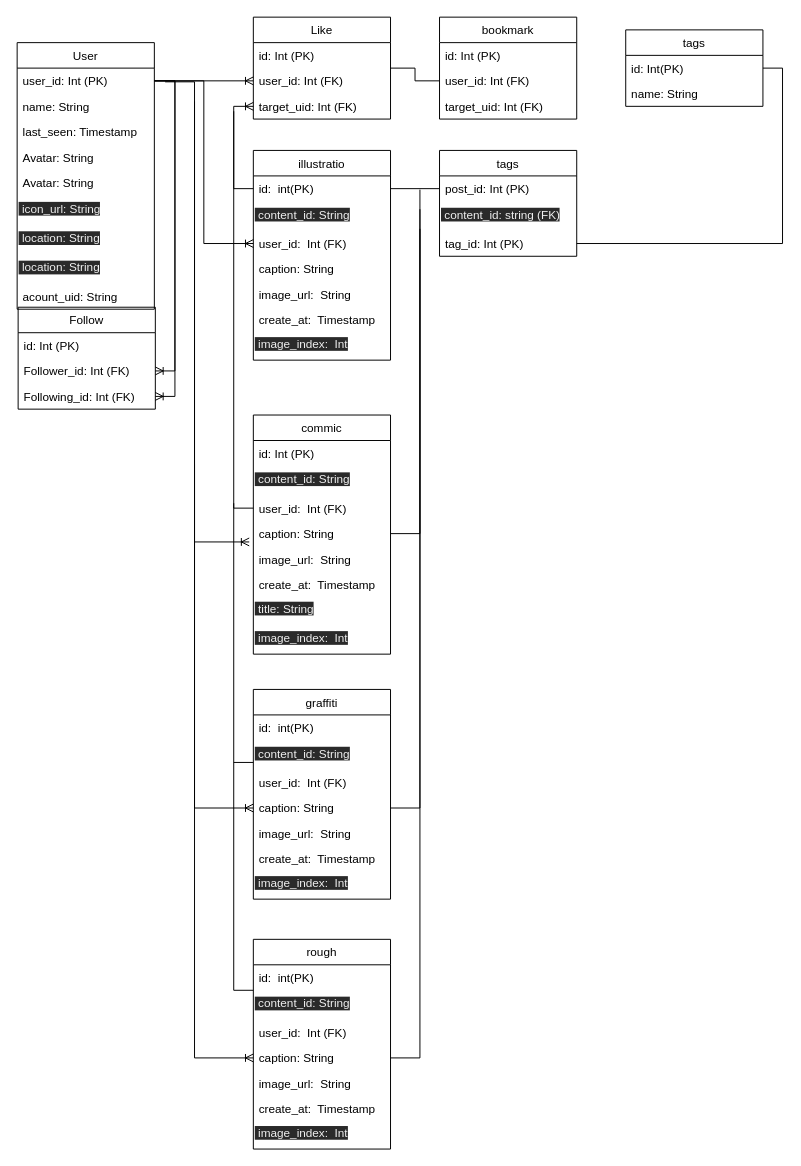
This is er.drawio from uechan9220/Shalust, a draw.io file, before an edit. Source tidied: cells renumbered, new cells numbered last; positions are measured from the earlier drawing's top-left corner, leaving out a move shared by most shapes. Both pictures are drawn from the tidied source at 98%, with x=0, y=0 at pixel (17, 17).
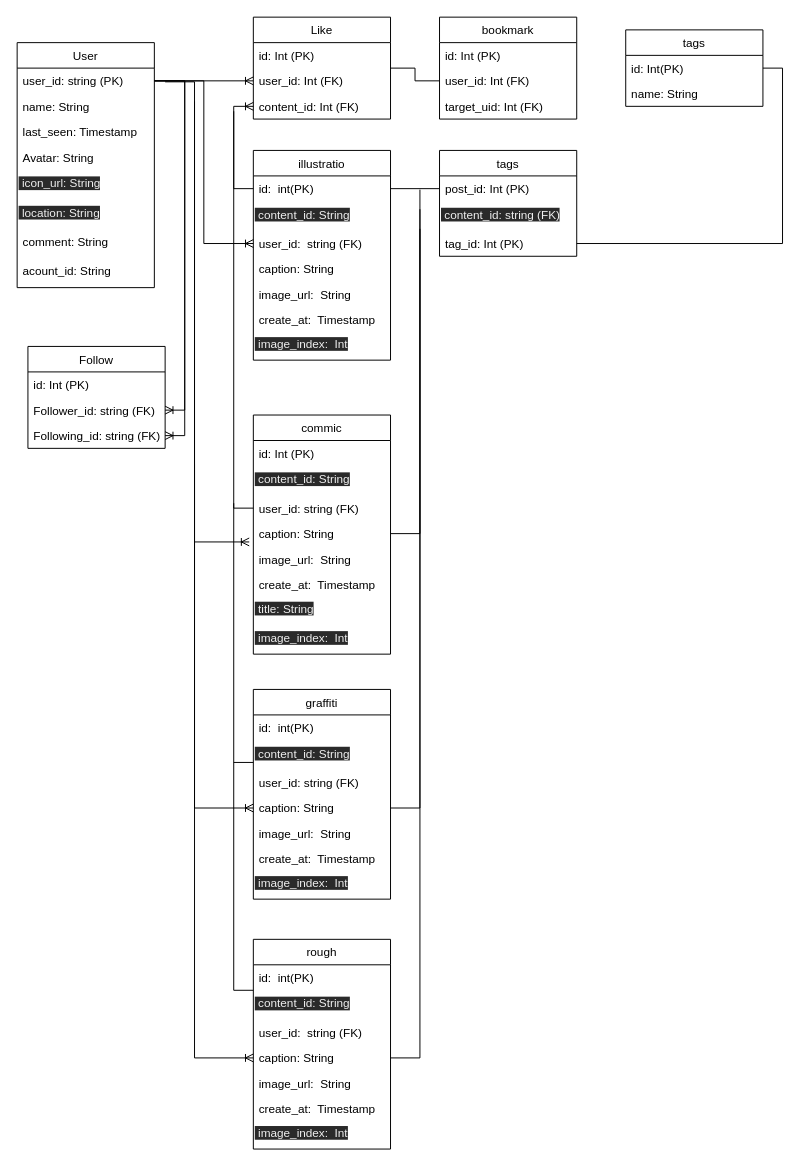
The same page after the edit.

The change refers to these unchanged cells:
```xml
<mxCell id="7" value="Like" style="swimlane;fontStyle=0;horizontal=1;startSize=26;fillColor=none;" parent="1" vertex="1">
  <mxGeometry x="241" width="140" height="104" as="geometry" />
</mxCell>
<mxCell id="26" value="illustratio" style="swimlane;fontStyle=0;horizontal=1;startSize=26;fillColor=none;" parent="1" vertex="1">
  <mxGeometry x="241" y="136" width="140" height="214" as="geometry" />
</mxCell>
<mxCell id="38" value="commic" style="swimlane;fontStyle=0;horizontal=1;startSize=26;fillColor=none;" parent="1" vertex="1">
  <mxGeometry x="241" y="406" width="140" height="244" as="geometry" />
</mxCell>
<mxCell id="54" value="graffiti" style="swimlane;fontStyle=0;horizontal=1;startSize=26;fillColor=none;" parent="1" vertex="1">
  <mxGeometry x="241" y="686" width="140" height="214" as="geometry" />
</mxCell>
<mxCell id="66" value="rough" style="swimlane;fontStyle=0;horizontal=1;startSize=26;fillColor=none;" parent="1" vertex="1">
  <mxGeometry x="241" y="941" width="140" height="214" as="geometry" />
</mxCell>
```

Change to the diagram source:
```diff
@@
-    <mxCell id="10" value="target_uid: Int (FK)" style="text;strokeColor=none;fillColor=none;align=left;verticalAlign=top;spacingLeft=4;spacingRight=4;overflow=hidden;points=[[0,0.5],[1,0.5]];portConstraint=eastwest;" parent="7" vertex="1">
+    <mxCell id="10" value="content_id: Int (FK)" style="text;strokeColor=none;fillColor=none;align=left;verticalAlign=top;spacingLeft=4;spacingRight=4;overflow=hidden;points=[[0,0.5],[1,0.5]];portConstraint=eastwest;" parent="7" vertex="1">
       <mxGeometry y="78" width="140" height="26" as="geometry" />
     </mxCell>
     <mxCell id="11" value="User" style="swimlane;fontStyle=0;horizontal=1;startSize=26;fillColor=none;" parent="1" vertex="1">
-      <mxGeometry y="26" width="140" height="272" as="geometry" />
+      <mxGeometry y="26" width="140" height="250" as="geometry" />
     </mxCell>
-    <mxCell id="12" value="user_id: Int (PK)" style="text;strokeColor=none;fillColor=none;align=left;verticalAlign=top;spacingLeft=4;spacingRight=4;overflow=hidden;points=[[0,0.5],[1,0.5]];portConstraint=eastwest;" parent="11" vertex="1">
+    <mxCell id="12" value="user_id: string (PK)" style="text;strokeColor=none;fillColor=none;align=left;verticalAlign=top;spacingLeft=4;spacingRight=4;overflow=hidden;points=[[0,0.5],[1,0.5]];portConstraint=eastwest;" parent="11" vertex="1">
       <mxGeometry y="26" width="140" height="26" as="geometry" />
     </mxCell>
@@
-    <mxCell id="16" value="Avatar: String" style="text;strokeColor=none;fillColor=none;align=left;verticalAlign=top;spacingLeft=4;spacingRight=4;overflow=hidden;" parent="11" vertex="1">
-      <mxGeometry y="130" width="140" height="26" as="geometry" />
-    </mxCell>
     <mxCell id="17" value="&lt;span style=&quot;color: rgb(240 , 240 , 240) ; font-family: &amp;#34;helvetica&amp;#34; ; font-size: 12px ; font-style: normal ; font-weight: 400 ; letter-spacing: normal ; text-align: left ; text-indent: 0px ; text-transform: none ; word-spacing: 0px ; background-color: rgb(42 , 42 , 42) ; float: none ; display: inline&quot;&gt;&amp;nbsp;icon_url: String&lt;/span&gt;" style="text;whiteSpace=wrap;html=1;" parent="11" vertex="1">
-      <mxGeometry y="156" width="140" height="30" as="geometry" />
+      <mxGeometry y="130" width="140" height="30" as="geometry" />
     </mxCell>
     <mxCell id="18" value="&lt;span style=&quot;color: rgb(240 , 240 , 240) ; font-family: &amp;#34;helvetica&amp;#34; ; font-size: 12px ; font-style: normal ; font-weight: 400 ; letter-spacing: normal ; text-align: left ; text-indent: 0px ; text-transform: none ; word-spacing: 0px ; background-color: rgb(42 , 42 , 42) ; float: none ; display: inline&quot;&gt;&amp;nbsp;location: String&lt;/span&gt;" style="text;whiteSpace=wrap;html=1;" parent="11" vertex="1">
-      <mxGeometry y="186" width="140" height="30" as="geometry" />
+      <mxGeometry y="160" width="140" height="30" as="geometry" />
     </mxCell>
-    <mxCell id="19" value="&lt;span style=&quot;color: rgb(240 , 240 , 240) ; font-family: &amp;#34;helvetica&amp;#34; ; font-size: 12px ; font-style: normal ; font-weight: 400 ; letter-spacing: normal ; text-align: left ; text-indent: 0px ; text-transform: none ; word-spacing: 0px ; background-color: rgb(42 , 42 , 42) ; float: none ; display: inline&quot;&gt;&amp;nbsp;location: String&lt;/span&gt;" style="text;whiteSpace=wrap;html=1;" parent="11" vertex="1">
-      <mxGeometry y="216" width="140" height="30" as="geometry" />
-    </mxCell>
+    <mxCell id="81" value="comment: String" style="text;strokeColor=none;fillColor=none;align=left;verticalAlign=top;spacingLeft=4;spacingRight=4;overflow=hidden;" parent="11" vertex="1">
+      <mxGeometry y="190" width="140" height="30" as="geometry" />
+    </mxCell>
-    <mxCell id="20" value="acount_uid: String" style="text;strokeColor=none;fillColor=none;align=left;verticalAlign=top;spacingLeft=4;spacingRight=4;overflow=hidden;" parent="11" vertex="1">
-      <mxGeometry y="246" width="140" height="26" as="geometry" />
+    <mxCell id="20" value="acount_id: String" style="text;strokeColor=none;fillColor=none;align=left;verticalAlign=top;spacingLeft=4;spacingRight=4;overflow=hidden;" parent="11" vertex="1">
+      <mxGeometry y="220" width="140" height="30" as="geometry" />
     </mxCell>
@@
-    <mxCell id="29" value="user_id:  Int (FK)" style="text;strokeColor=none;fillColor=none;align=left;verticalAlign=top;spacingLeft=4;spacingRight=4;overflow=hidden;points=[[0,0.5],[1,0.5]];portConstraint=eastwest;" parent="26" vertex="1">
+    <mxCell id="29" value="user_id:  string (FK)" style="text;strokeColor=none;fillColor=none;align=left;verticalAlign=top;spacingLeft=4;spacingRight=4;overflow=hidden;points=[[0,0.5],[1,0.5]];portConstraint=eastwest;" parent="26" vertex="1">
       <mxGeometry y="82" width="140" height="26" as="geometry" />
     </mxCell>
@@
-    <mxCell id="34" value="Follow" style="swimlane;fontStyle=0;horizontal=1;startSize=26;fillColor=none;" parent="1" vertex="1">
-      <mxGeometry x="1" y="296" width="140" height="104" as="geometry" />
-    </mxCell>
-    <mxCell id="35" value="id: Int (PK)" style="text;strokeColor=none;fillColor=none;align=left;verticalAlign=top;spacingLeft=4;spacingRight=4;overflow=hidden;" parent="34" vertex="1">
-      <mxGeometry y="26" width="140" height="26" as="geometry" />
-    </mxCell>
-    <mxCell id="36" value="Follower_id: Int (FK)" style="text;strokeColor=none;fillColor=none;align=left;verticalAlign=top;spacingLeft=4;spacingRight=4;overflow=hidden;points=[[0,0.5],[1,0.5]];portConstraint=eastwest;" parent="34" vertex="1">
-      <mxGeometry y="52" width="140" height="26" as="geometry" />
-    </mxCell>
-    <mxCell id="37" value="Following_id: Int (FK)" style="text;strokeColor=none;fillColor=none;align=left;verticalAlign=top;spacingLeft=4;spacingRight=4;overflow=hidden;points=[[0,0.5],[1,0.5]];portConstraint=eastwest;" parent="34" vertex="1">
-      <mxGeometry y="78" width="140" height="26" as="geometry" />
-    </mxCell>
@@
-    <mxCell id="41" value="user_id:  Int (FK)" style="text;strokeColor=none;fillColor=none;align=left;verticalAlign=top;spacingLeft=4;spacingRight=4;overflow=hidden;points=[[0,0.5],[1,0.5]];portConstraint=eastwest;" parent="38" vertex="1">
+    <mxCell id="41" value="user_id: string (FK)" style="text;strokeColor=none;fillColor=none;align=left;verticalAlign=top;spacingLeft=4;spacingRight=4;overflow=hidden;points=[[0,0.5],[1,0.5]];portConstraint=eastwest;" parent="38" vertex="1">
       <mxGeometry y="82" width="140" height="26" as="geometry" />
     </mxCell>
@@
-    <mxCell id="57" value="user_id:  Int (FK)" style="text;strokeColor=none;fillColor=none;align=left;verticalAlign=top;spacingLeft=4;spacingRight=4;overflow=hidden;" parent="54" vertex="1">
+    <mxCell id="57" value="user_id: string (FK)" style="text;strokeColor=none;fillColor=none;align=left;verticalAlign=top;spacingLeft=4;spacingRight=4;overflow=hidden;" parent="54" vertex="1">
       <mxGeometry y="82" width="140" height="26" as="geometry" />
     </mxCell>
@@
+    <mxCell id="34" value="Follow" style="swimlane;fontStyle=0;horizontal=1;startSize=26;fillColor=none;" parent="1" vertex="1">
+      <mxGeometry x="11" y="336" width="140" height="104" as="geometry" />
+    </mxCell>
+    <mxCell id="35" value="id: Int (PK)" style="text;strokeColor=none;fillColor=none;align=left;verticalAlign=top;spacingLeft=4;spacingRight=4;overflow=hidden;" parent="34" vertex="1">
+      <mxGeometry y="26" width="140" height="26" as="geometry" />
+    </mxCell>
+    <mxCell id="36" value="Follower_id: string (FK)" style="text;strokeColor=none;fillColor=none;align=left;verticalAlign=top;spacingLeft=4;spacingRight=4;overflow=hidden;points=[[0,0.5],[1,0.5]];portConstraint=eastwest;" parent="34" vertex="1">
+      <mxGeometry y="52" width="140" height="26" as="geometry" />
+    </mxCell>
+    <mxCell id="37" value="Following_id: string (FK)" style="text;strokeColor=none;fillColor=none;align=left;verticalAlign=top;spacingLeft=4;spacingRight=4;overflow=hidden;points=[[0,0.5],[1,0.5]];portConstraint=eastwest;" parent="34" vertex="1">
+      <mxGeometry y="78" width="140" height="26" as="geometry" />
+    </mxCell>
@@
-    <mxCell id="69" value="user_id:  Int (FK)" style="text;strokeColor=none;fillColor=none;align=left;verticalAlign=top;spacingLeft=4;spacingRight=4;overflow=hidden;" parent="66" vertex="1">
+    <mxCell id="69" value="user_id:  string (FK)" style="text;strokeColor=none;fillColor=none;align=left;verticalAlign=top;spacingLeft=4;spacingRight=4;overflow=hidden;" parent="66" vertex="1">
       <mxGeometry y="82" width="140" height="26" as="geometry" />
     </mxCell>
```
